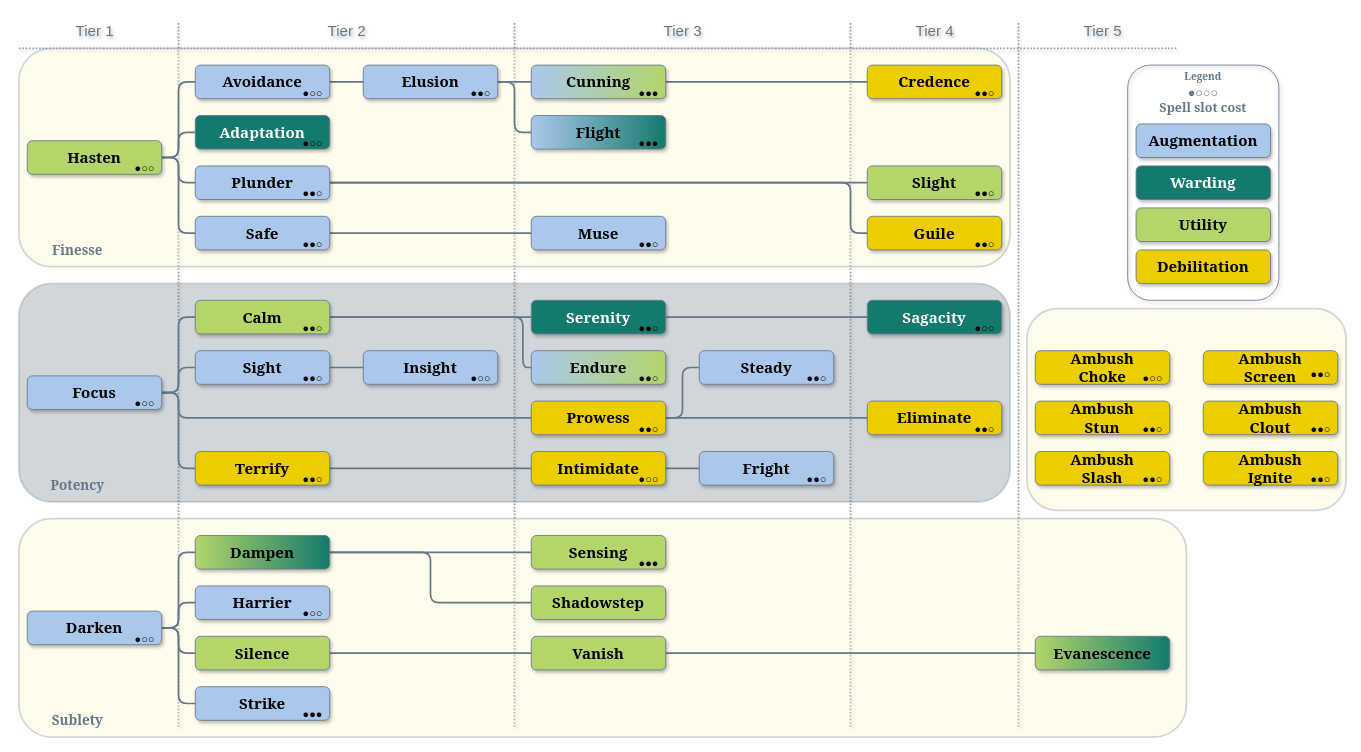
Earlier version of the draw.io diagram Thief/Thief.drawio (MahtraDR/dr-spell-trees). Source tidied: cells renumbered, new cells numbered last; positions are measured from the earlier drawing's top-left corner, leaving out a move shared by most shapes. Both pictures are drawn from the tidied source at 84%, with x=0, y=0 at pixel (18, 14).
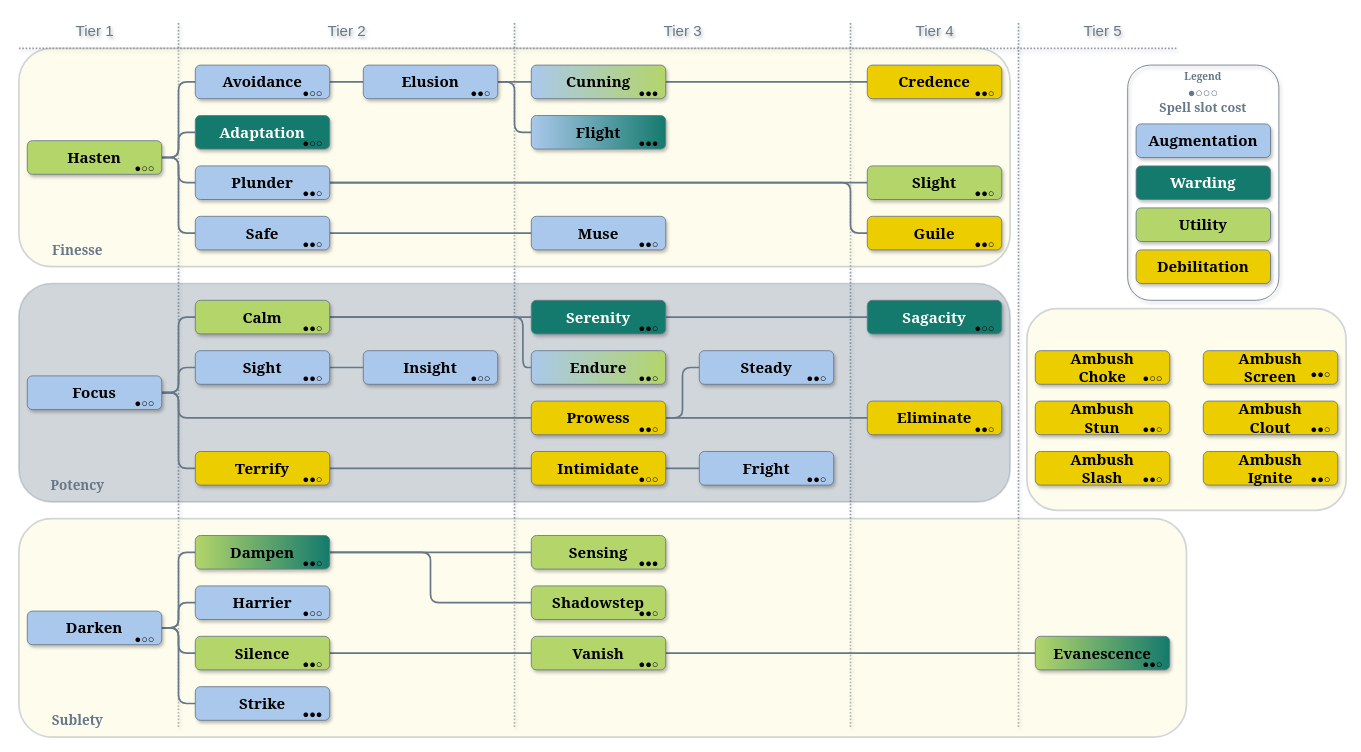
The same diagram, later.

The edit, as a diff of the source:
```diff
@@
+    <mxCell id="134" value="●●○" style="text;align=center;verticalAlign=middle;rounded=0;fontFamily=Helvetica;fontSize=13;fontColor=default;labelBackgroundColor=none;spacing=0;spacingTop=0;spacingBottom=-5;fillColor=none;" parent="98" vertex="1">
+      <mxGeometry x="330" y="640" width="40" height="20" as="geometry" />
+    </mxCell>
+    <mxCell id="135" value="●●○" style="text;align=center;verticalAlign=middle;rounded=0;fontFamily=Helvetica;fontSize=13;fontColor=default;labelBackgroundColor=none;spacing=0;spacingTop=0;spacingBottom=-5;fillColor=none;" parent="98" vertex="1">
+      <mxGeometry x="330" y="760" width="40" height="20" as="geometry" />
+    </mxCell>
+    <mxCell id="136" value="●●○" style="text;align=center;verticalAlign=middle;rounded=0;fontFamily=Helvetica;fontSize=13;fontColor=default;labelBackgroundColor=none;spacing=0;spacingTop=0;spacingBottom=-5;fillColor=none;" parent="98" vertex="1">
+      <mxGeometry x="730" y="700" width="40" height="20" as="geometry" />
+    </mxCell>
+    <mxCell id="137" value="●●○" style="text;align=center;verticalAlign=middle;rounded=0;fontFamily=Helvetica;fontSize=13;fontColor=default;labelBackgroundColor=none;spacing=0;spacingTop=0;spacingBottom=-5;fillColor=none;" parent="98" vertex="1">
+      <mxGeometry x="730" y="760" width="40" height="20" as="geometry" />
+    </mxCell>
+    <mxCell id="138" value="●●○" style="text;align=center;verticalAlign=middle;rounded=0;fontFamily=Helvetica;fontSize=13;fontColor=default;labelBackgroundColor=none;spacing=0;spacingTop=0;spacingBottom=-5;fillColor=none;" parent="98" vertex="1">
+      <mxGeometry x="1330" y="760" width="40" height="20" as="geometry" />
+    </mxCell>
```
